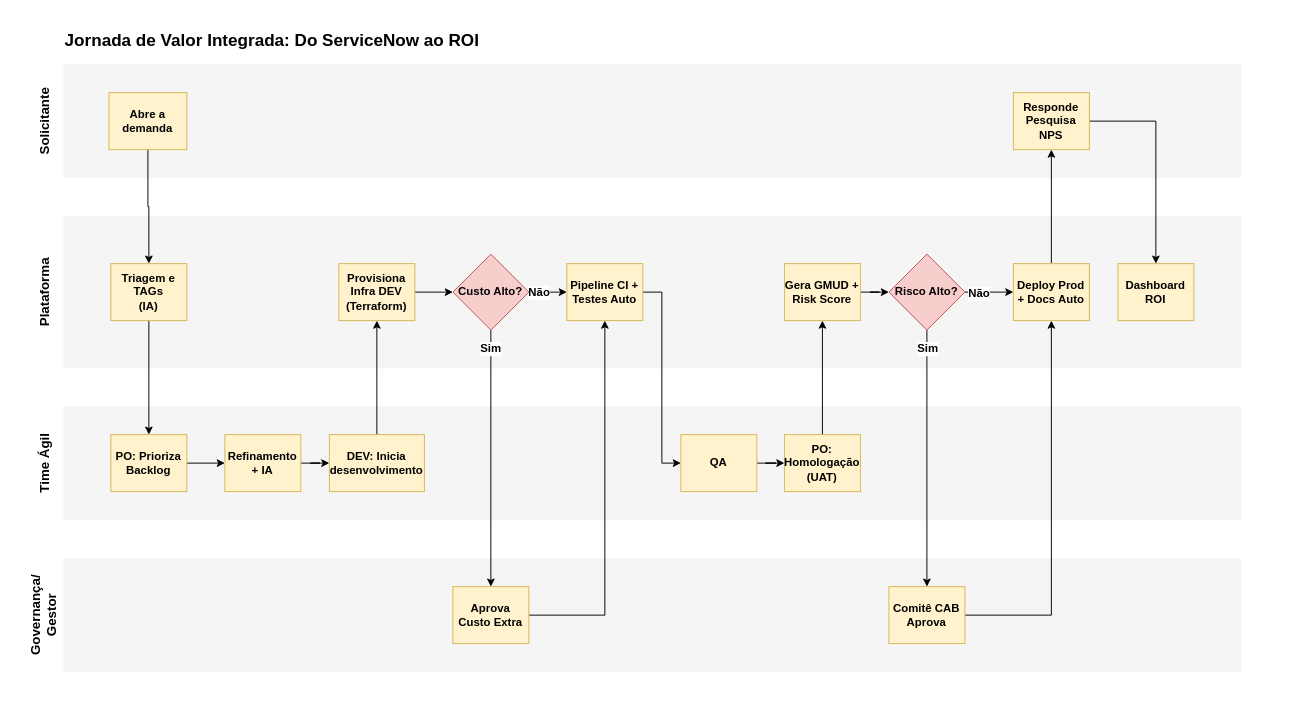
Above: Jornada de Valor.drawio in LeoAFR/FiapTechChallengeFase5 (draw.io), before the change. Source tidied: cells renumbered, new cells numbered last; positions are measured from the earlier drawing's top-left corner, leaving out a move shared by most shapes. Both pictures are drawn from the tidied source at 95%, with x=0, y=0 at pixel (-5, 16).
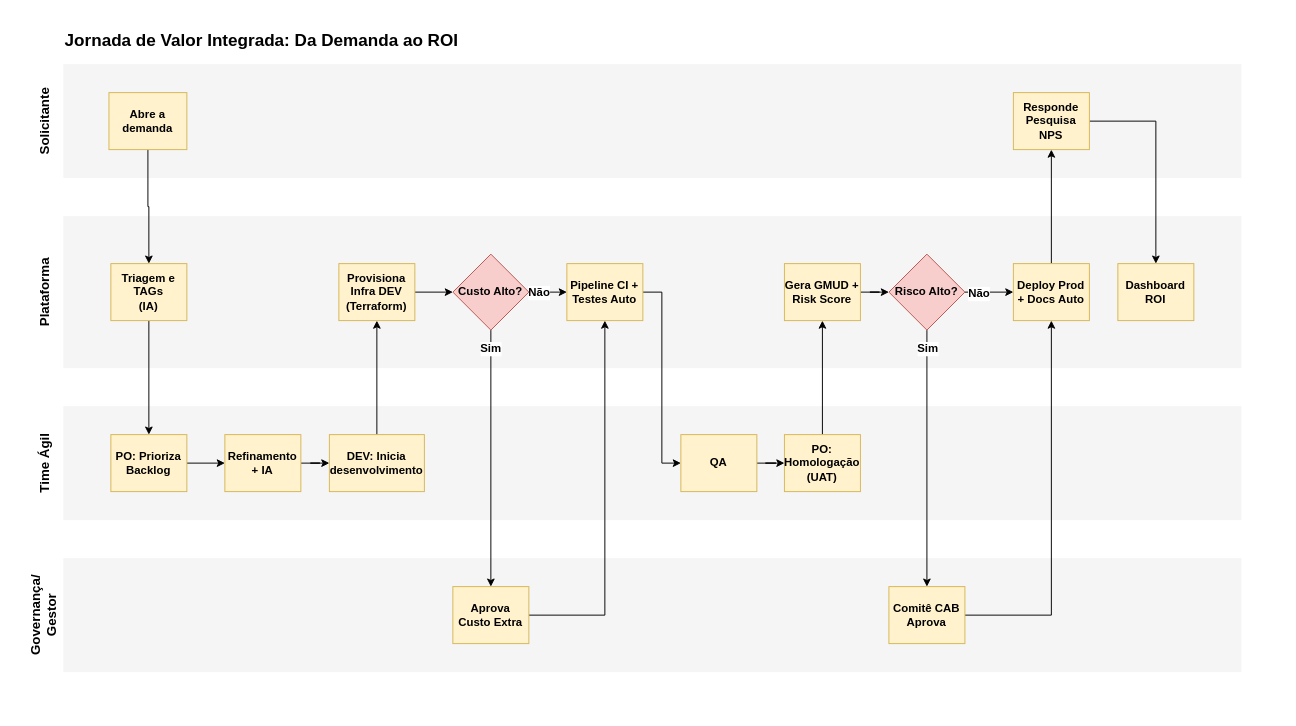
The same diagram, later.

Diff of the diagram source:
```diff
@@
-    <mxCell id="50" value="Jornada de Valor Integrada: Do ServiceNow ao ROI" style="text;html=1;whiteSpace=wrap;strokeColor=none;fillColor=none;align=left;verticalAlign=middle;rounded=0;fontStyle=1;fontSize=18;" parent="1" vertex="1">
+    <mxCell id="50" value="Jornada de Valor Integrada: Da Demanda ao ROI" style="text;html=1;whiteSpace=wrap;strokeColor=none;fillColor=none;align=left;verticalAlign=middle;rounded=0;fontStyle=1;fontSize=18;" parent="1" vertex="1">
       <mxGeometry x="71.2" y="10" width="460" height="30" as="geometry" />
     </mxCell>
```
